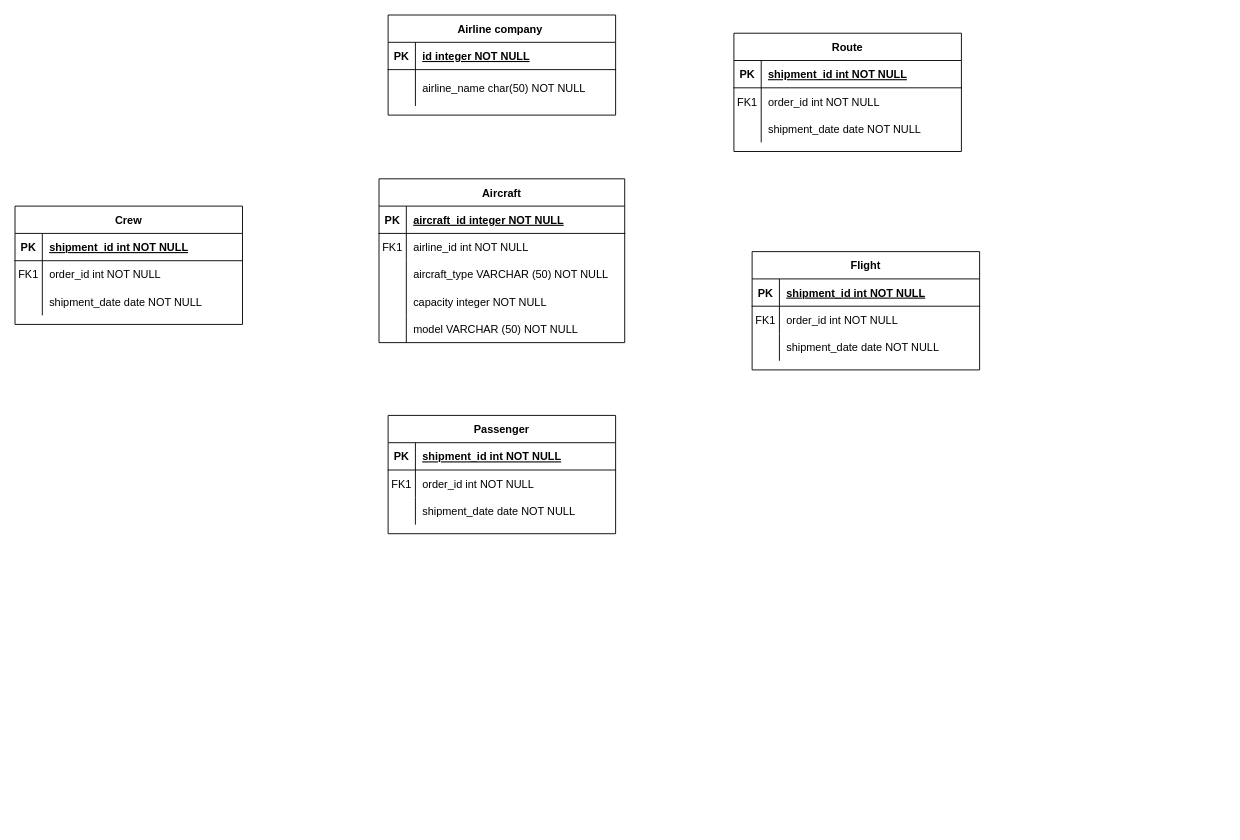
Before: model_conceptual.drawio in vladmagosin/examen_sem_1_db, a draw.io diagram. Source tidied: cells renumbered, new cells numbered last; positions are measured from the earlier drawing's top-left corner, leaving out a move shared by most shapes. Both pictures are drawn from the tidied source at 91%, with x=0, y=0 at pixel (15, 15).
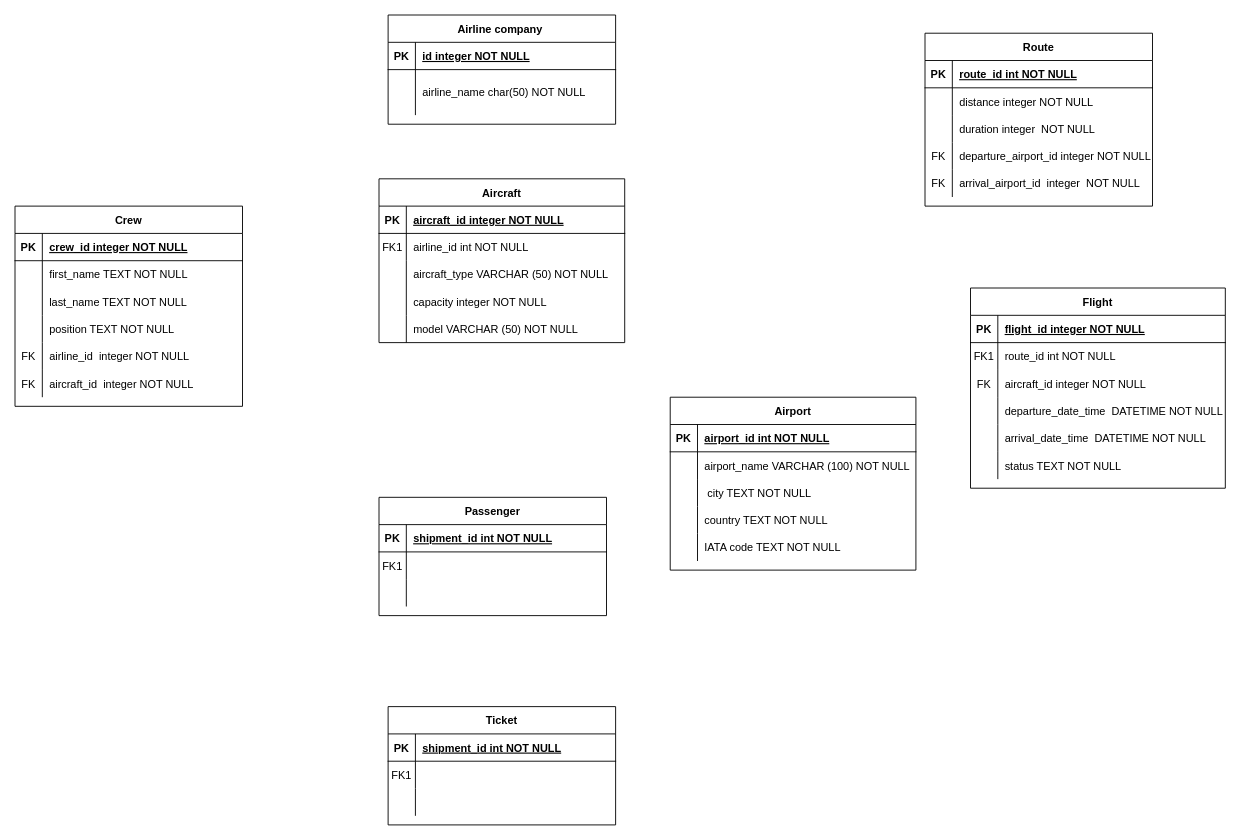
After the change.

The change refers to these unchanged cells:
```xml
<mxCell id="22" style="shape=partialRectangle;fillColor=none;top=0;left=0;right=0;bottom=0;" parent="18" vertex="1">
  <mxGeometry y="60" width="250" height="30" as="geometry" />
</mxCell>
<mxCell id="25" style="shape=partialRectangle;fillColor=none;top=0;left=0;right=0;bottom=0;" parent="18" vertex="1">
  <mxGeometry y="90" width="250" height="30" as="geometry" />
</mxCell>
<mxCell id="46" style="shape=partialRectangle;fillColor=none;top=0;left=0;right=0;bottom=1;" parent="45" vertex="1">
  <mxGeometry y="30" width="250" height="30" as="geometry" />
</mxCell>
<mxCell id="49" style="shape=partialRectangle;fillColor=none;top=0;left=0;right=0;bottom=0;" parent="45" vertex="1">
  <mxGeometry y="60" width="250" height="30" as="geometry" />
</mxCell>
<mxCell id="52" style="shape=partialRectangle;fillColor=none;top=0;left=0;right=0;bottom=0;" parent="45" vertex="1">
  <mxGeometry y="90" width="250" height="30" as="geometry" />
</mxCell>
<mxCell id="56" style="shape=partialRectangle;fillColor=none;top=0;left=0;right=0;bottom=1;" parent="55" vertex="1">
  <mxGeometry y="30" width="250" height="30" as="geometry" />
</mxCell>
<mxCell id="59" style="shape=partialRectangle;fillColor=none;top=0;left=0;right=0;bottom=0;" parent="55" vertex="1">
  <mxGeometry y="60" width="250" height="30" as="geometry" />
</mxCell>
<mxCell id="62" style="shape=partialRectangle;fillColor=none;top=0;left=0;right=0;bottom=0;" parent="55" vertex="1">
  <mxGeometry y="90" width="250" height="30" as="geometry" />
</mxCell>
```

Diff of the diagram source:
```diff
@@
     <mxCell id="18" value="Passenger" style="shape=table;startSize=30;childLayout=tableLayout;rowLines=0;fontStyle=1;align=center;" parent="1" vertex="1">
-      <mxGeometry x="410" y="440" width="250" height="130" as="geometry" />
+      <mxGeometry x="400" y="530" width="250" height="130" as="geometry" />
     </mxCell>
@@
-    <mxCell id="24" value="order_id int NOT NULL" style="shape=partialRectangle;overflow=hidden;fillColor=none;top=0;left=0;bottom=0;right=0;align=left;spacingLeft=6;" parent="22" vertex="1">
+    <mxCell id="24" style="shape=partialRectangle;overflow=hidden;fillColor=none;top=0;left=0;bottom=0;right=0;align=left;spacingLeft=6;" parent="22" vertex="1">
       <mxGeometry x="30" width="220" height="30" as="geometry" />
     </mxCell>
@@
-    <mxCell id="27" value="shipment_date date NOT NULL" style="shape=partialRectangle;overflow=hidden;fillColor=none;top=0;left=0;bottom=0;right=0;align=left;spacingLeft=6;" parent="25" vertex="1">
+    <mxCell id="27" style="shape=partialRectangle;overflow=hidden;fillColor=none;top=0;left=0;bottom=0;right=0;align=left;spacingLeft=6;" parent="25" vertex="1">
       <mxGeometry x="30" width="220" height="30" as="geometry" />
     </mxCell>
     <mxCell id="28" value="Airline company " style="shape=table;startSize=30;childLayout=tableLayout;rowLines=0;fontStyle=1;align=center;" parent="1" vertex="1">
-      <mxGeometry x="410" width="250" height="110" as="geometry" />
+      <mxGeometry x="410" width="250" height="120" as="geometry" />
     </mxCell>
@@
     <mxCell id="32" style="shape=partialRectangle;fillColor=none;top=0;left=0;right=0;bottom=0;" parent="28" vertex="1">
-      <mxGeometry y="60" width="250" height="40" as="geometry" />
+      <mxGeometry y="60" width="250" height="50" as="geometry" />
     </mxCell>
     <mxCell id="33" style="shape=partialRectangle;overflow=hidden;fillColor=none;top=0;left=0;bottom=0;right=0;" parent="32" vertex="1">
-      <mxGeometry width="30" height="40" as="geometry" />
+      <mxGeometry width="30" height="50" as="geometry" />
     </mxCell>
     <mxCell id="34" value="airline_name char(50) NOT NULL" style="shape=partialRectangle;overflow=hidden;fillColor=none;top=0;left=0;bottom=0;right=0;align=left;spacingLeft=6;" parent="32" vertex="1">
-      <mxGeometry x="30" width="220" height="40" as="geometry" />
+      <mxGeometry x="30" width="220" height="50" as="geometry" />
     </mxCell>
     <mxCell id="35" value="Flight" style="shape=table;startSize=30;childLayout=tableLayout;rowLines=0;fontStyle=1;align=center;" parent="1" vertex="1">
-      <mxGeometry x="810" y="260" width="250" height="130" as="geometry" />
+      <mxGeometry x="1050" y="300" width="280" height="220" as="geometry" />
     </mxCell>
     <mxCell id="36" style="shape=partialRectangle;fillColor=none;top=0;left=0;right=0;bottom=1;" parent="35" vertex="1">
-      <mxGeometry y="30" width="250" height="30" as="geometry" />
+      <mxGeometry y="30" width="280" height="30" as="geometry" />
     </mxCell>
@@
-    <mxCell id="38" value="shipment_id int NOT NULL " style="shape=partialRectangle;overflow=hidden;fillColor=none;top=0;left=0;bottom=0;right=0;align=left;spacingLeft=6;fontStyle=5;" parent="36" vertex="1">
-      <mxGeometry x="30" width="220" height="30" as="geometry" />
+    <mxCell id="38" value="flight_id integer NOT NULL " style="shape=partialRectangle;overflow=hidden;fillColor=none;top=0;left=0;bottom=0;right=0;align=left;spacingLeft=6;fontStyle=5;" parent="36" vertex="1">
+      <mxGeometry x="30" width="250" height="30" as="geometry" />
     </mxCell>
     <mxCell id="39" style="shape=partialRectangle;fillColor=none;top=0;left=0;right=0;bottom=0;" parent="35" vertex="1">
-      <mxGeometry y="60" width="250" height="30" as="geometry" />
+      <mxGeometry y="60" width="280" height="30" as="geometry" />
     </mxCell>
@@
-    <mxCell id="41" value="order_id int NOT NULL" style="shape=partialRectangle;overflow=hidden;fillColor=none;top=0;left=0;bottom=0;right=0;align=left;spacingLeft=6;" parent="39" vertex="1">
-      <mxGeometry x="30" width="220" height="30" as="geometry" />
+    <mxCell id="41" value="route_id int NOT NULL" style="shape=partialRectangle;overflow=hidden;fillColor=none;top=0;left=0;bottom=0;right=0;align=left;spacingLeft=6;" parent="39" vertex="1">
+      <mxGeometry x="30" width="250" height="30" as="geometry" />
     </mxCell>
     <mxCell id="42" style="shape=partialRectangle;fillColor=none;top=0;left=0;right=0;bottom=0;" parent="35" vertex="1">
-      <mxGeometry y="90" width="250" height="30" as="geometry" />
+      <mxGeometry y="90" width="280" height="30" as="geometry" />
     </mxCell>
-    <mxCell id="43" style="shape=partialRectangle;overflow=hidden;fillColor=none;top=0;left=0;bottom=0;right=0;" parent="42" vertex="1">
+    <mxCell id="43" value="FK" style="shape=partialRectangle;overflow=hidden;fillColor=none;top=0;left=0;bottom=0;right=0;" parent="42" vertex="1">
       <mxGeometry width="30" height="30" as="geometry" />
     </mxCell>
-    <mxCell id="44" value="shipment_date date NOT NULL" style="shape=partialRectangle;overflow=hidden;fillColor=none;top=0;left=0;bottom=0;right=0;align=left;spacingLeft=6;" parent="42" vertex="1">
-      <mxGeometry x="30" width="220" height="30" as="geometry" />
+    <mxCell id="44" value="aircraft_id integer NOT NULL" style="shape=partialRectangle;overflow=hidden;fillColor=none;top=0;left=0;bottom=0;right=0;align=left;spacingLeft=6;" parent="42" vertex="1">
+      <mxGeometry x="30" width="250" height="30" as="geometry" />
     </mxCell>
+    <mxCell id="65" style="shape=partialRectangle;fillColor=none;top=0;left=0;right=0;bottom=0;" parent="35" vertex="1">
+      <mxGeometry y="120" width="280" height="30" as="geometry" />
+    </mxCell>
+    <mxCell id="66" style="shape=partialRectangle;overflow=hidden;fillColor=none;top=0;left=0;bottom=0;right=0;" parent="65" vertex="1">
+      <mxGeometry width="30" height="30" as="geometry" />
+    </mxCell>
+    <mxCell id="67" value="departure_date_time  DATETIME NOT NULL" style="shape=partialRectangle;overflow=hidden;fillColor=none;top=0;left=0;bottom=0;right=0;align=left;spacingLeft=6;" parent="65" vertex="1">
+      <mxGeometry x="30" width="250" height="30" as="geometry" />
+    </mxCell>
+    <mxCell id="68" style="shape=partialRectangle;fillColor=none;top=0;left=0;right=0;bottom=0;" parent="35" vertex="1">
+      <mxGeometry y="150" width="280" height="30" as="geometry" />
+    </mxCell>
+    <mxCell id="69" style="shape=partialRectangle;overflow=hidden;fillColor=none;top=0;left=0;bottom=0;right=0;" parent="68" vertex="1">
+      <mxGeometry width="30" height="30" as="geometry" />
+    </mxCell>
+    <mxCell id="70" value="arrival_date_time  DATETIME NOT NULL" style="shape=partialRectangle;overflow=hidden;fillColor=none;top=0;left=0;bottom=0;right=0;align=left;spacingLeft=6;" parent="68" vertex="1">
+      <mxGeometry x="30" width="250" height="30" as="geometry" />
+    </mxCell>
+    <mxCell id="71" style="shape=partialRectangle;fillColor=none;top=0;left=0;right=0;bottom=0;" parent="35" vertex="1">
+      <mxGeometry y="180" width="280" height="30" as="geometry" />
+    </mxCell>
+    <mxCell id="72" style="shape=partialRectangle;overflow=hidden;fillColor=none;top=0;left=0;bottom=0;right=0;" parent="71" vertex="1">
+      <mxGeometry width="30" height="30" as="geometry" />
+    </mxCell>
+    <mxCell id="73" value="status TEXT NOT NULL" style="shape=partialRectangle;overflow=hidden;fillColor=none;top=0;left=0;bottom=0;right=0;align=left;spacingLeft=6;" parent="71" vertex="1">
+      <mxGeometry x="30" width="250" height="30" as="geometry" />
+    </mxCell>
     <mxCell id="45" value="Crew" style="shape=table;startSize=30;childLayout=tableLayout;rowLines=0;fontStyle=1;align=center;" parent="1" vertex="1">
-      <mxGeometry y="210" width="250" height="130" as="geometry" />
+      <mxGeometry y="210" width="250" height="220" as="geometry" />
     </mxCell>
@@
-    <mxCell id="48" value="shipment_id int NOT NULL " style="shape=partialRectangle;overflow=hidden;fillColor=none;top=0;left=0;bottom=0;right=0;align=left;spacingLeft=6;fontStyle=5;" parent="46" vertex="1">
+    <mxCell id="48" value="crew_id integer NOT NULL " style="shape=partialRectangle;overflow=hidden;fillColor=none;top=0;left=0;bottom=0;right=0;align=left;spacingLeft=6;fontStyle=5;" parent="46" vertex="1">
       <mxGeometry x="30" width="220" height="30" as="geometry" />
     </mxCell>
@@
-    <mxCell id="50" value="FK1" style="shape=partialRectangle;overflow=hidden;fillColor=none;top=0;left=0;bottom=0;right=0;" parent="49" vertex="1">
+    <mxCell id="50" style="shape=partialRectangle;overflow=hidden;fillColor=none;top=0;left=0;bottom=0;right=0;" parent="49" vertex="1">
       <mxGeometry width="30" height="30" as="geometry" />
     </mxCell>
-    <mxCell id="51" value="order_id int NOT NULL" style="shape=partialRectangle;overflow=hidden;fillColor=none;top=0;left=0;bottom=0;right=0;align=left;spacingLeft=6;" parent="49" vertex="1">
+    <mxCell id="51" value="first_name TEXT NOT NULL" style="shape=partialRectangle;overflow=hidden;fillColor=none;top=0;left=0;bottom=0;right=0;align=left;spacingLeft=6;" parent="49" vertex="1">
       <mxGeometry x="30" width="220" height="30" as="geometry" />
     </mxCell>
@@
-    <mxCell id="54" value="shipment_date date NOT NULL" style="shape=partialRectangle;overflow=hidden;fillColor=none;top=0;left=0;bottom=0;right=0;align=left;spacingLeft=6;" parent="52" vertex="1">
+    <mxCell id="54" value="last_name TEXT NOT NULL " style="shape=partialRectangle;overflow=hidden;fillColor=none;top=0;left=0;bottom=0;right=0;align=left;spacingLeft=6;" parent="52" vertex="1">
       <mxGeometry x="30" width="220" height="30" as="geometry" />
     </mxCell>
+    <mxCell id="74" style="shape=partialRectangle;fillColor=none;top=0;left=0;right=0;bottom=0;" parent="45" vertex="1">
+      <mxGeometry y="120" width="250" height="30" as="geometry" />
+    </mxCell>
+    <mxCell id="75" style="shape=partialRectangle;overflow=hidden;fillColor=none;top=0;left=0;bottom=0;right=0;" parent="74" vertex="1">
+      <mxGeometry width="30" height="30" as="geometry" />
+    </mxCell>
+    <mxCell id="76" value="position TEXT NOT NULL " style="shape=partialRectangle;overflow=hidden;fillColor=none;top=0;left=0;bottom=0;right=0;align=left;spacingLeft=6;" parent="74" vertex="1">
+      <mxGeometry x="30" width="220" height="30" as="geometry" />
+    </mxCell>
+    <mxCell id="77" style="shape=partialRectangle;fillColor=none;top=0;left=0;right=0;bottom=0;" parent="45" vertex="1">
+      <mxGeometry y="150" width="250" height="30" as="geometry" />
+    </mxCell>
+    <mxCell id="78" value="FK" style="shape=partialRectangle;overflow=hidden;fillColor=none;top=0;left=0;bottom=0;right=0;" parent="77" vertex="1">
+      <mxGeometry width="30" height="30" as="geometry" />
+    </mxCell>
+    <mxCell id="79" value="airline_id  integer NOT NULL " style="shape=partialRectangle;overflow=hidden;fillColor=none;top=0;left=0;bottom=0;right=0;align=left;spacingLeft=6;" parent="77" vertex="1">
+      <mxGeometry x="30" width="220" height="30" as="geometry" />
+    </mxCell>
+    <mxCell id="80" style="shape=partialRectangle;fillColor=none;top=0;left=0;right=0;bottom=0;" parent="45" vertex="1">
+      <mxGeometry y="180" width="250" height="30" as="geometry" />
+    </mxCell>
+    <mxCell id="81" value="FK" style="shape=partialRectangle;overflow=hidden;fillColor=none;top=0;left=0;bottom=0;right=0;" parent="80" vertex="1">
+      <mxGeometry width="30" height="30" as="geometry" />
+    </mxCell>
+    <mxCell id="82" value="aircraft_id  integer NOT NULL " style="shape=partialRectangle;overflow=hidden;fillColor=none;top=0;left=0;bottom=0;right=0;align=left;spacingLeft=6;" parent="80" vertex="1">
+      <mxGeometry x="30" width="220" height="30" as="geometry" />
+    </mxCell>
     <mxCell id="55" value="Route" style="shape=table;startSize=30;childLayout=tableLayout;rowLines=0;fontStyle=1;align=center;" parent="1" vertex="1">
-      <mxGeometry x="790" y="20" width="250" height="130" as="geometry" />
+      <mxGeometry x="1000" y="20" width="250" height="190" as="geometry" />
     </mxCell>
@@
-    <mxCell id="58" value="shipment_id int NOT NULL " style="shape=partialRectangle;overflow=hidden;fillColor=none;top=0;left=0;bottom=0;right=0;align=left;spacingLeft=6;fontStyle=5;" parent="56" vertex="1">
+    <mxCell id="58" value="route_id int NOT NULL " style="shape=partialRectangle;overflow=hidden;fillColor=none;top=0;left=0;bottom=0;right=0;align=left;spacingLeft=6;fontStyle=5;" parent="56" vertex="1">
       <mxGeometry x="30" width="220" height="30" as="geometry" />
     </mxCell>
@@
-    <mxCell id="60" value="FK1" style="shape=partialRectangle;overflow=hidden;fillColor=none;top=0;left=0;bottom=0;right=0;" parent="59" vertex="1">
+    <mxCell id="60" style="shape=partialRectangle;overflow=hidden;fillColor=none;top=0;left=0;bottom=0;right=0;" parent="59" vertex="1">
       <mxGeometry width="30" height="30" as="geometry" />
     </mxCell>
-    <mxCell id="61" value="order_id int NOT NULL" style="shape=partialRectangle;overflow=hidden;fillColor=none;top=0;left=0;bottom=0;right=0;align=left;spacingLeft=6;" parent="59" vertex="1">
+    <mxCell id="61" value="distance integer NOT NULL" style="shape=partialRectangle;overflow=hidden;fillColor=none;top=0;left=0;bottom=0;right=0;align=left;spacingLeft=6;" parent="59" vertex="1">
       <mxGeometry x="30" width="220" height="30" as="geometry" />
     </mxCell>
@@
-    <mxCell id="64" value="shipment_date date NOT NULL" style="shape=partialRectangle;overflow=hidden;fillColor=none;top=0;left=0;bottom=0;right=0;align=left;spacingLeft=6;" parent="62" vertex="1">
+    <mxCell id="64" value="duration integer  NOT NULL" style="shape=partialRectangle;overflow=hidden;fillColor=none;top=0;left=0;bottom=0;right=0;align=left;spacingLeft=6;" parent="62" vertex="1">
       <mxGeometry x="30" width="220" height="30" as="geometry" />
     </mxCell>
+    <mxCell id="83" style="shape=partialRectangle;fillColor=none;top=0;left=0;right=0;bottom=0;" parent="55" vertex="1">
+      <mxGeometry y="120" width="250" height="30" as="geometry" />
+    </mxCell>
+    <mxCell id="84" value="FK" style="shape=partialRectangle;overflow=hidden;fillColor=none;top=0;left=0;bottom=0;right=0;" parent="83" vertex="1">
+      <mxGeometry width="30" height="30" as="geometry" />
+    </mxCell>
+    <mxCell id="85" value="departure_airport_id integer NOT NULL" style="shape=partialRectangle;overflow=hidden;fillColor=none;top=0;left=0;bottom=0;right=0;align=left;spacingLeft=6;" parent="83" vertex="1">
+      <mxGeometry x="30" width="220" height="30" as="geometry" />
+    </mxCell>
+    <mxCell id="86" style="shape=partialRectangle;fillColor=none;top=0;left=0;right=0;bottom=0;" parent="55" vertex="1">
+      <mxGeometry y="150" width="250" height="30" as="geometry" />
+    </mxCell>
+    <mxCell id="87" value="FK" style="shape=partialRectangle;overflow=hidden;fillColor=none;top=0;left=0;bottom=0;right=0;" parent="86" vertex="1">
+      <mxGeometry width="30" height="30" as="geometry" />
+    </mxCell>
+    <mxCell id="88" value="arrival_airport_id  integer  NOT NULL" style="shape=partialRectangle;overflow=hidden;fillColor=none;top=0;left=0;bottom=0;right=0;align=left;spacingLeft=6;" parent="86" vertex="1">
+      <mxGeometry x="30" width="220" height="30" as="geometry" />
+    </mxCell>
+    <mxCell id="89" value="Airport" style="shape=table;startSize=30;childLayout=tableLayout;rowLines=0;fontStyle=1;align=center;" parent="1" vertex="1">
+      <mxGeometry x="720" y="420" width="270" height="190" as="geometry" />
+    </mxCell>
+    <mxCell id="90" style="shape=partialRectangle;fillColor=none;top=0;left=0;right=0;bottom=1;" parent="89" vertex="1">
+      <mxGeometry y="30" width="270" height="30" as="geometry" />
+    </mxCell>
+    <mxCell id="91" value="PK" style="shape=partialRectangle;overflow=hidden;fillColor=none;top=0;left=0;bottom=0;right=0;fontStyle=1;" parent="90" vertex="1">
+      <mxGeometry width="30" height="30" as="geometry" />
+    </mxCell>
+    <mxCell id="92" value="airport_id int NOT NULL " style="shape=partialRectangle;overflow=hidden;fillColor=none;top=0;left=0;bottom=0;right=0;align=left;spacingLeft=6;fontStyle=5;" parent="90" vertex="1">
+      <mxGeometry x="30" width="240" height="30" as="geometry" />
+    </mxCell>
+    <mxCell id="93" style="shape=partialRectangle;fillColor=none;top=0;left=0;right=0;bottom=0;" parent="89" vertex="1">
+      <mxGeometry y="60" width="270" height="30" as="geometry" />
+    </mxCell>
+    <mxCell id="94" style="shape=partialRectangle;overflow=hidden;fillColor=none;top=0;left=0;bottom=0;right=0;" parent="93" vertex="1">
+      <mxGeometry width="30" height="30" as="geometry" />
+    </mxCell>
+    <mxCell id="95" value="airport_name VARCHAR (100) NOT NULL " style="shape=partialRectangle;overflow=hidden;fillColor=none;top=0;left=0;bottom=0;right=0;align=left;spacingLeft=6;" parent="93" vertex="1">
+      <mxGeometry x="30" width="240" height="30" as="geometry" />
+    </mxCell>
+    <mxCell id="96" style="shape=partialRectangle;fillColor=none;top=0;left=0;right=0;bottom=0;" parent="89" vertex="1">
+      <mxGeometry y="90" width="270" height="30" as="geometry" />
+    </mxCell>
+    <mxCell id="97" style="shape=partialRectangle;overflow=hidden;fillColor=none;top=0;left=0;bottom=0;right=0;" parent="96" vertex="1">
+      <mxGeometry width="30" height="30" as="geometry" />
+    </mxCell>
+    <mxCell id="98" value=" city TEXT NOT NULL " style="shape=partialRectangle;overflow=hidden;fillColor=none;top=0;left=0;bottom=0;right=0;align=left;spacingLeft=6;" parent="96" vertex="1">
+      <mxGeometry x="30" width="240" height="30" as="geometry" />
+    </mxCell>
+    <mxCell id="99" style="shape=partialRectangle;fillColor=none;top=0;left=0;right=0;bottom=0;" parent="89" vertex="1">
+      <mxGeometry y="120" width="270" height="30" as="geometry" />
+    </mxCell>
+    <mxCell id="100" style="shape=partialRectangle;overflow=hidden;fillColor=none;top=0;left=0;bottom=0;right=0;" parent="99" vertex="1">
+      <mxGeometry width="30" height="30" as="geometry" />
+    </mxCell>
+    <mxCell id="101" value="country TEXT NOT NULL  " style="shape=partialRectangle;overflow=hidden;fillColor=none;top=0;left=0;bottom=0;right=0;align=left;spacingLeft=6;" parent="99" vertex="1">
+      <mxGeometry x="30" width="240" height="30" as="geometry" />
+    </mxCell>
+    <mxCell id="102" style="shape=partialRectangle;fillColor=none;top=0;left=0;right=0;bottom=0;" parent="89" vertex="1">
+      <mxGeometry y="150" width="270" height="30" as="geometry" />
+    </mxCell>
+    <mxCell id="103" style="shape=partialRectangle;overflow=hidden;fillColor=none;top=0;left=0;bottom=0;right=0;" parent="102" vertex="1">
+      <mxGeometry width="30" height="30" as="geometry" />
+    </mxCell>
+    <mxCell id="104" value="IATA code TEXT NOT NULL  " style="shape=partialRectangle;overflow=hidden;fillColor=none;top=0;left=0;bottom=0;right=0;align=left;spacingLeft=6;" parent="102" vertex="1">
+      <mxGeometry x="30" width="240" height="30" as="geometry" />
+    </mxCell>
+    <mxCell id="105" value="Ticket" style="shape=table;startSize=30;childLayout=tableLayout;rowLines=0;fontStyle=1;align=center;" parent="1" vertex="1">
+      <mxGeometry x="410" y="760" width="250" height="130" as="geometry" />
+    </mxCell>
+    <mxCell id="106" style="shape=partialRectangle;fillColor=none;top=0;left=0;right=0;bottom=1;" parent="105" vertex="1">
+      <mxGeometry y="30" width="250" height="30" as="geometry" />
+    </mxCell>
+    <mxCell id="107" value="PK" style="shape=partialRectangle;overflow=hidden;fillColor=none;top=0;left=0;bottom=0;right=0;fontStyle=1;" parent="106" vertex="1">
+      <mxGeometry width="30" height="30" as="geometry" />
+    </mxCell>
+    <mxCell id="108" value="shipment_id int NOT NULL " style="shape=partialRectangle;overflow=hidden;fillColor=none;top=0;left=0;bottom=0;right=0;align=left;spacingLeft=6;fontStyle=5;" parent="106" vertex="1">
+      <mxGeometry x="30" width="220" height="30" as="geometry" />
+    </mxCell>
+    <mxCell id="109" style="shape=partialRectangle;fillColor=none;top=0;left=0;right=0;bottom=0;" parent="105" vertex="1">
+      <mxGeometry y="60" width="250" height="30" as="geometry" />
+    </mxCell>
+    <mxCell id="110" value="FK1" style="shape=partialRectangle;overflow=hidden;fillColor=none;top=0;left=0;bottom=0;right=0;" parent="109" vertex="1">
+      <mxGeometry width="30" height="30" as="geometry" />
+    </mxCell>
+    <mxCell id="111" style="shape=partialRectangle;overflow=hidden;fillColor=none;top=0;left=0;bottom=0;right=0;align=left;spacingLeft=6;" parent="109" vertex="1">
+      <mxGeometry x="30" width="220" height="30" as="geometry" />
+    </mxCell>
+    <mxCell id="112" style="shape=partialRectangle;fillColor=none;top=0;left=0;right=0;bottom=0;" parent="105" vertex="1">
+      <mxGeometry y="90" width="250" height="30" as="geometry" />
+    </mxCell>
+    <mxCell id="113" style="shape=partialRectangle;overflow=hidden;fillColor=none;top=0;left=0;bottom=0;right=0;" parent="112" vertex="1">
+      <mxGeometry width="30" height="30" as="geometry" />
+    </mxCell>
+    <mxCell id="114" style="shape=partialRectangle;overflow=hidden;fillColor=none;top=0;left=0;bottom=0;right=0;align=left;spacingLeft=6;" parent="112" vertex="1">
+      <mxGeometry x="30" width="220" height="30" as="geometry" />
+    </mxCell>
```
